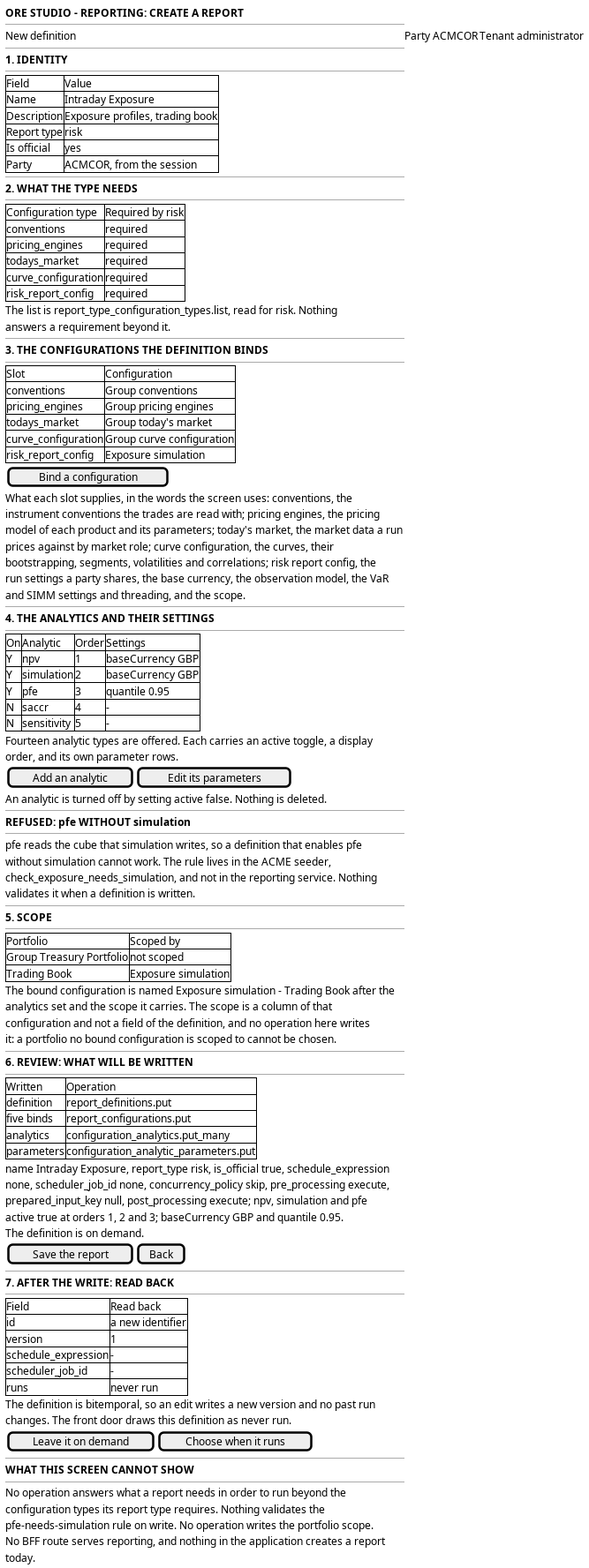
Earlier version of the PlantUML export doc/knowledge/journeys/reporting/wireframe_create_a_report.png (OreStudio/OreStudio). Its source is kept beside it as doc/knowledge/journeys/reporting/wireframe_create_a_report.puml.
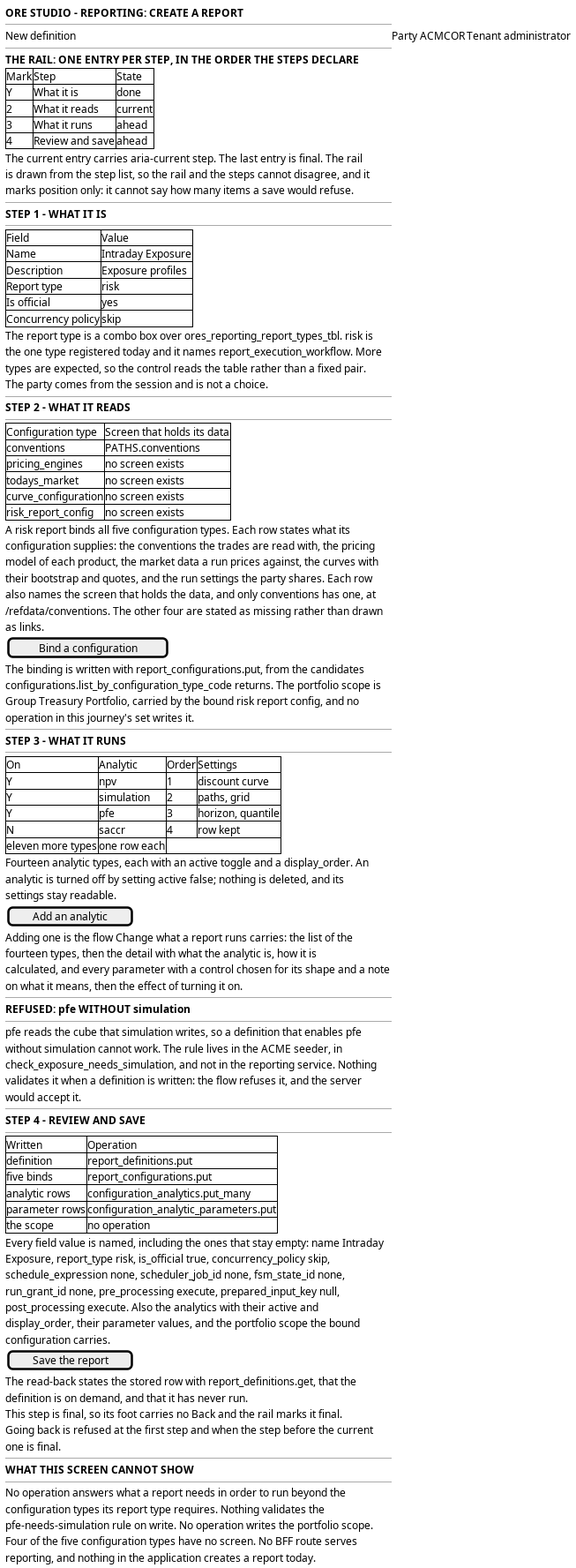
After the commit.

Commit message:
[docs] Put create a report on the standard steps UI

The edit, as a diff of the source:
```diff
@@ -6,128 +6,120 @@
   --
   New definition | Party ACMCOR | Tenant administrator
   --
-  <b>1. IDENTITY</b>
+  <b>THE RAIL: ONE ENTRY PER STEP, IN THE ORDER THE STEPS DECLARE</b>
+  {#
+    Mark | Step | State
+    Y | What it is | done
+    2 | What it reads | current
+    3 | What it runs | ahead
+    4 | Review and save | ahead
+  }
+  The current entry carries aria-current step. The last entry is final. The rail
+  is drawn from the step list, so the rail and the steps cannot disagree, and it
+  marks position only: it cannot say how many items a save would refuse.
+  --
+  <b>STEP 1 - WHAT IT IS</b>
   --
   {#
     Field | Value
     Name | Intraday Exposure
-    Description | Exposure profiles, trading book
+    Description | Exposure profiles
     Report type | risk
     Is official | yes
-    Party | ACMCOR, from the session
+    Concurrency policy | skip
   }
+  The report type is a combo box over ores_reporting_report_types_tbl. risk is
+  the one type registered today and it names report_execution_workflow. More
+  types are expected, so the control reads the table rather than a fixed pair.
+  The party comes from the session and is not a choice.
   --
-  <b>2. WHAT THE TYPE NEEDS</b>
+  <b>STEP 2 - WHAT IT READS</b>
   --
   {#
-    Configuration type | Required by risk
-    conventions | required
-    pricing_engines | required
-    todays_market | required
-    curve_configuration | required
-    risk_report_config | required
+    Configuration type | Screen that holds its data
+    conventions | PATHS.conventions
+    pricing_engines | no screen exists
+    todays_market | no screen exists
+    curve_configuration | no screen exists
+    risk_report_config | no screen exists
   }
-  The list is report_type_configuration_types.list, read for risk. Nothing
-  answers a requirement beyond it.
-  --
-  <b>3. THE CONFIGURATIONS THE DEFINITION BINDS</b>
-  --
-  {#
-    Slot | Configuration
-    conventions | Group conventions
-    pricing_engines | Group pricing engines
-    todays_market | Group today's market
-    curve_configuration | Group curve configuration
-    risk_report_config | Exposure simulation
-  }
+  A risk report binds all five configuration types. Each row states what its
+  configuration supplies: the conventions the trades are read with, the pricing
+  model of each product, the market data a run prices against, the curves with
+  their bootstrap and quotes, and the run settings the party shares. Each row
+  also names the screen that holds the data, and only conventions has one, at
+  /refdata/conventions. The other four are stated as missing rather than drawn
+  as links.
   {
     [ Bind a configuration ]
   }
-  What each slot supplies, in the words the screen uses: conventions, the
-  instrument conventions the trades are read with; pricing engines, the pricing
-  model of each product and its parameters; today's market, the market data a run
-  prices against by market role; curve configuration, the curves, their
-  bootstrapping, segments, volatilities and correlations; risk report config, the
-  run settings a party shares, the base currency, the observation model, the VaR
-  and SIMM settings and threading, and the scope.
+  The binding is written with report_configurations.put, from the candidates
+  configurations.list_by_configuration_type_code returns. The portfolio scope is
+  Group Treasury Portfolio, carried by the bound risk report config, and no
+  operation in this journey's set writes it.
   --
-  <b>4. THE ANALYTICS AND THEIR SETTINGS</b>
+  <b>STEP 3 - WHAT IT RUNS</b>
   --
   {#
     On | Analytic | Order | Settings
-    Y | npv | 1 | baseCurrency GBP
-    Y | simulation | 2 | baseCurrency GBP
-    Y | pfe | 3 | quantile 0.95
-    N | saccr | 4 | -
-    N | sensitivity | 5 | -
+    Y | npv | 1 | discount curve
+    Y | simulation | 2 | paths, grid
+    Y | pfe | 3 | horizon, quantile
+    N | saccr | 4 | row kept
+    | eleven more types | | one row each
   }
-  Fourteen analytic types are offered. Each carries an active toggle, a display
-  order, and its own parameter rows.
+  Fourteen analytic types, each with an active toggle and a display_order. An
+  analytic is turned off by setting active false; nothing is deleted, and its
+  settings stay readable.
   {
-    [ Add an analytic ] | [ Edit its parameters ]
+    [ Add an analytic ]
   }
-  An analytic is turned off by setting active false. Nothing is deleted.
+  Adding one is the flow Change what a report runs carries: the list of the
+  fourteen types, then the detail with what the analytic is, how it is
+  calculated, and every parameter with a control chosen for its shape and a note
+  on what it means, then the effect of turning it on.
   --
   <b>REFUSED: pfe WITHOUT simulation</b>
   --
   pfe reads the cube that simulation writes, so a definition that enables pfe
-  without simulation cannot work. The rule lives in the ACME seeder,
+  without simulation cannot work. The rule lives in the ACME seeder, in
   check_exposure_needs_simulation, and not in the reporting service. Nothing
-  validates it when a definition is written.
+  validates it when a definition is written: the flow refuses it, and the server
+  would accept it.
   --
-  <b>5. SCOPE</b>
-  --
-  {#
-    Portfolio | Scoped by
-    Group Treasury Portfolio | not scoped
-    Trading Book | Exposure simulation
-  }
-  The bound configuration is named Exposure simulation - Trading Book after the
-  analytics set and the scope it carries. The scope is a column of that
-  configuration and not a field of the definition, and no operation here writes
-  it: a portfolio no bound configuration is scoped to cannot be chosen.
-  --
-  <b>6. REVIEW: WHAT WILL BE WRITTEN</b>
+  <b>STEP 4 - REVIEW AND SAVE</b>
   --
   {#
     Written | Operation
     definition | report_definitions.put
     five binds | report_configurations.put
-    analytics | configuration_analytics.put_many
-    parameters | configuration_analytic_parameters.put
+    analytic rows | configuration_analytics.put_many
+    parameter rows | configuration_analytic_parameters.put
+    the scope | no operation
   }
-  name Intraday Exposure, report_type risk, is_official true, schedule_expression
-  none, scheduler_job_id none, concurrency_policy skip, pre_processing execute,
-  prepared_input_key null, post_processing execute; npv, simulation and pfe
-  active true at orders 1, 2 and 3; baseCurrency GBP and quantile 0.95.
-  The definition is on demand.
+  Every field value is named, including the ones that stay empty: name Intraday
+  Exposure, report_type risk, is_official true, concurrency_policy skip,
+  schedule_expression none, scheduler_job_id none, fsm_state_id none,
+  run_grant_id none, pre_processing execute, prepared_input_key null,
+  post_processing execute. Also the analytics with their active and
+  display_order, their parameter values, and the portfolio scope the bound
+  configuration carries.
   {
-    [ Save the report ] | [ Back ]
+    [ Save the report ]
   }
-  --
-  <b>7. AFTER THE WRITE: READ BACK</b>
-  --
-  {#
-    Field | Read back
-    id | a new identifier
-    version | 1
-    schedule_expression | -
-    scheduler_job_id | -
-    runs | never run
-  }
-  The definition is bitemporal, so an edit writes a new version and no past run
-  changes. The front door draws this definition as never run.
-  {
-    [ Leave it on demand ] | [ Choose when it runs ]
-  }
+  The read-back states the stored row with report_definitions.get, that the
+  definition is on demand, and that it has never run.
+  This step is final, so its foot carries no Back and the rail marks it final.
+  Going back is refused at the first step and when the step before the current
+  one is final.
   --
   <b>WHAT THIS SCREEN CANNOT SHOW</b>
   --
   No operation answers what a report needs in order to run beyond the
   configuration types its report type requires. Nothing validates the
   pfe-needs-simulation rule on write. No operation writes the portfolio scope.
-  No BFF route serves reporting, and nothing in the application creates a report
-  today.
+  Four of the five configuration types have no screen. No BFF route serves
+  reporting, and nothing in the application creates a report today.
 }
 
 @enduml
```
